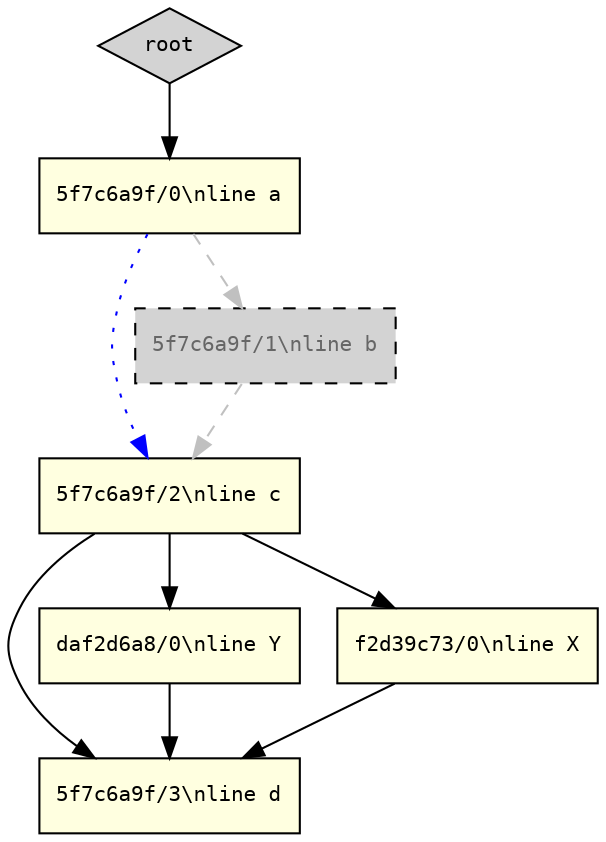
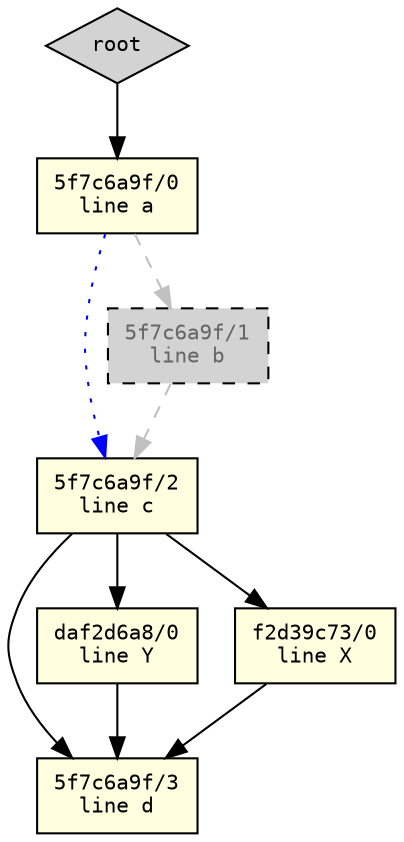
digraph graggle {
  rankdir=TB;
  node [fontname="monospace", fontsize=10];
  edge [fontname="monospace", fontsize=8];

  root [label="root", shape=diamond, style=filled, fillcolor=lightgrey];
-   n_5f7c6a9f4944f10f_0 [label="5f7c6a9f/0\\nline a", shape=box, style=filled, fillcolor=lightyellow];
-   n_5f7c6a9f4944f10f_2 [label="5f7c6a9f/2\\nline c", shape=box, style=filled, fillcolor=lightyellow];
-   n_5f7c6a9f4944f10f_3 [label="5f7c6a9f/3\\nline d", shape=box, style=filled, fillcolor=lightyellow];
-   n_daf2d6a88e63227b_0 [label="daf2d6a8/0\\nline Y", shape=box, style=filled, fillcolor=lightyellow];
-   n_f2d39c7393d7a98e_0 [label="f2d39c73/0\\nline X", shape=box, style=filled, fillcolor=lightyellow];
-   n_5f7c6a9f4944f10f_1 [label="5f7c6a9f/1\\nline b", shape=box, style="dashed,filled", fillcolor=lightgrey, fontcolor=grey40];
+   n_5f7c6a9f4944f10f_0 [label="5f7c6a9f/0\nline a", shape=box, style=filled, fillcolor=lightyellow];
+   n_5f7c6a9f4944f10f_2 [label="5f7c6a9f/2\nline c", shape=box, style=filled, fillcolor=lightyellow];
+   n_5f7c6a9f4944f10f_3 [label="5f7c6a9f/3\nline d", shape=box, style=filled, fillcolor=lightyellow];
+   n_daf2d6a88e63227b_0 [label="daf2d6a8/0\nline Y", shape=box, style=filled, fillcolor=lightyellow];
+   n_f2d39c7393d7a98e_0 [label="f2d39c73/0\nline X", shape=box, style=filled, fillcolor=lightyellow];
+   n_5f7c6a9f4944f10f_1 [label="5f7c6a9f/1\nline b", shape=box, style="dashed,filled", fillcolor=lightgrey, fontcolor=grey40];

  root -> n_5f7c6a9f4944f10f_0 [style=solid, color=black];
  n_5f7c6a9f4944f10f_0 -> n_5f7c6a9f4944f10f_1 [style=dashed, color=grey];
  n_5f7c6a9f4944f10f_0 -> n_5f7c6a9f4944f10f_2 [style=dotted, color=blue];
  n_5f7c6a9f4944f10f_1 -> n_5f7c6a9f4944f10f_2 [style=dashed, color=grey];
  n_5f7c6a9f4944f10f_2 -> n_5f7c6a9f4944f10f_3 [style=solid, color=black];
  n_5f7c6a9f4944f10f_2 -> n_f2d39c7393d7a98e_0 [style=solid, color=black];
  n_5f7c6a9f4944f10f_2 -> n_daf2d6a88e63227b_0 [style=solid, color=black];
  n_daf2d6a88e63227b_0 -> n_5f7c6a9f4944f10f_3 [style=solid, color=black];
  n_f2d39c7393d7a98e_0 -> n_5f7c6a9f4944f10f_3 [style=solid, color=black];
}
